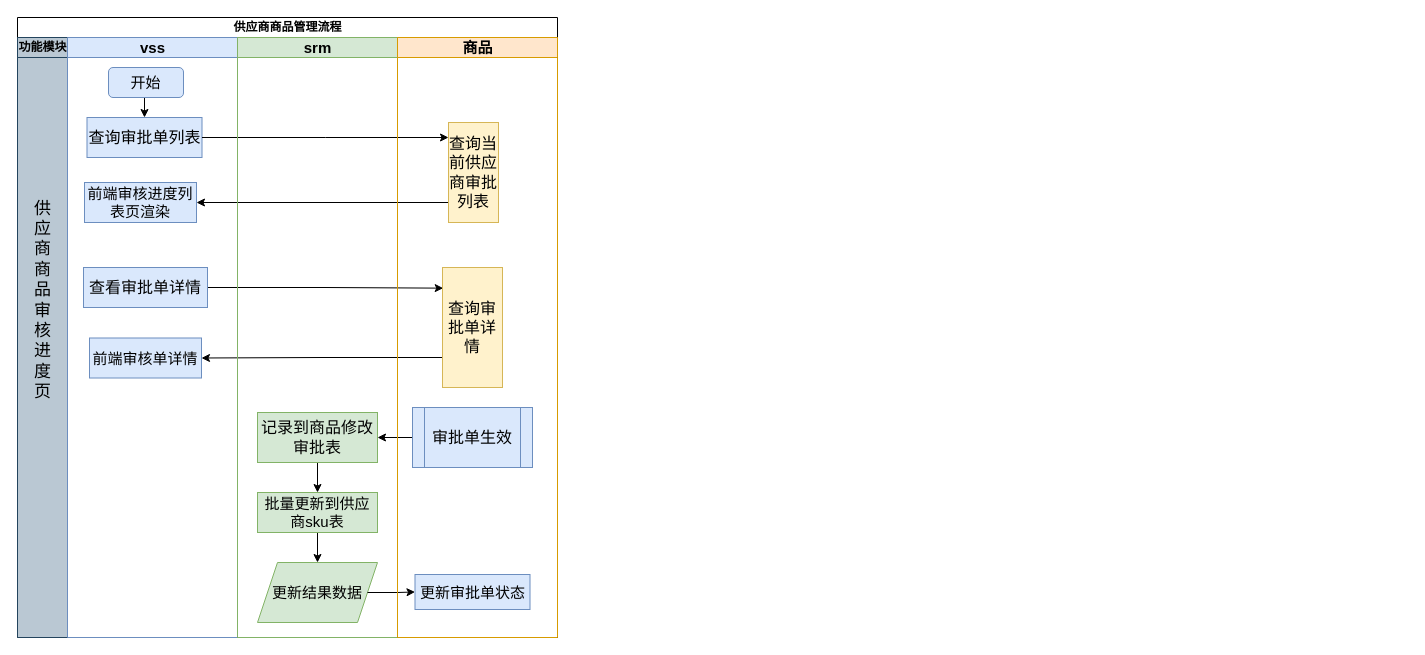
Above: page "第 4 页" (4 of 5) of 供应商商品管理.drawio in jiangtao2048/diagrams (draw.io), before the change. Source tidied: cells renumbered, new cells numbered last; positions are measured from the earlier drawing's top-left corner, leaving out a move shared by most shapes. Both pictures are drawn from the tidied source at 100%, with x=0, y=0 at pixel (-50, 17).
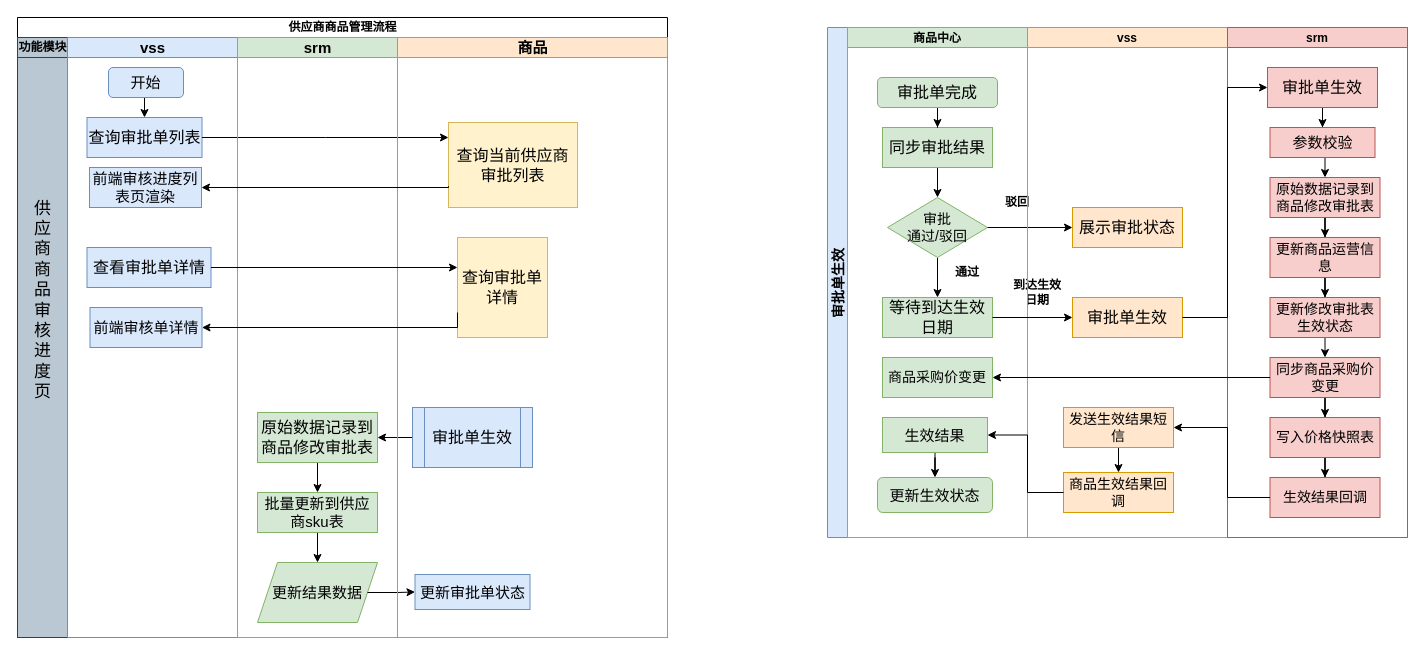
After the change.

Commit message:
更新供应商商品管理.drawio

The change refers to these unchanged cells:
```xml
<mxCell id="7" value="&lt;font style=&quot;font-size: 15px;&quot;&gt;vss&lt;/font&gt;" style="swimlane;startSize=20;html=1;fillColor=#dae8fc;strokeColor=#6c8ebf;" parent="2" vertex="1">
  <mxGeometry x="50" y="20" width="170" height="600" as="geometry" />
</mxCell>
<mxCell id="16" value="&lt;font style=&quot;font-size: 15px;&quot;&gt;srm&lt;/font&gt;" style="swimlane;startSize=20;html=1;fillColor=#d5e8d4;strokeColor=#82b366;" parent="2" vertex="1">
  <mxGeometry x="220" y="20" width="160" height="600" as="geometry" />
</mxCell>
```

The edit, as a diff of the source:
```diff
@@
     <mxCell id="2" value="供应商商品管理流程" style="swimlane;startSize=20;html=1;" parent="1" vertex="1">
-      <mxGeometry x="67" width="540" height="620" as="geometry" />
+      <mxGeometry x="67" width="650" height="620" as="geometry" />
     </mxCell>
@@
-    <mxCell id="5" style="edgeStyle=orthogonalEdgeStyle;rounded=0;jettySize=auto;html=1;exitX=1;exitY=0.5;exitDx=0;exitDy=0;entryX=0.012;entryY=0.172;entryDx=0;entryDy=0;entryPerimeter=0;" parent="2" edge="1" source="12" target="26">
-      <mxGeometry relative="1" as="geometry" />
-    </mxCell>
-    <mxCell id="6" style="edgeStyle=orthogonalEdgeStyle;rounded=0;jettySize=auto;html=1;exitX=0;exitY=0.75;exitDx=0;exitDy=0;" parent="2" edge="1" source="26" target="13">
-      <mxGeometry relative="1" as="geometry" />
-    </mxCell>
@@
     <mxCell id="11" value="&lt;font style=&quot;font-size: 15px;&quot;&gt;前端审核进度列表页渲染&lt;/font&gt;" style="rounded=0;whiteSpace=wrap;html=1;fillColor=#dae8fc;strokeColor=#6c8ebf;" parent="7" vertex="1">
-      <mxGeometry x="17" y="145" width="112" height="40" as="geometry" />
+      <mxGeometry x="22" y="130" width="112" height="40" as="geometry" />
     </mxCell>
     <mxCell id="12" value="&lt;font style=&quot;font-size: 16px;&quot;&gt;查看审批单详情&lt;/font&gt;" style="rounded=0;whiteSpace=wrap;html=1;fillColor=#dae8fc;strokeColor=#6c8ebf;" parent="7" vertex="1">
-      <mxGeometry x="16" y="230" width="124" height="40" as="geometry" />
+      <mxGeometry x="19.5" y="210" width="124" height="40" as="geometry" />
     </mxCell>
     <mxCell id="13" value="&lt;font style=&quot;font-size: 15px;&quot;&gt;前端审核单详情&lt;/font&gt;" style="rounded=0;whiteSpace=wrap;html=1;fillColor=#dae8fc;strokeColor=#6c8ebf;" parent="7" vertex="1">
-      <mxGeometry x="22" y="300.5" width="112" height="40" as="geometry" />
+      <mxGeometry x="22.5" y="270" width="112" height="40" as="geometry" />
     </mxCell>
@@
-    <mxCell id="15" style="edgeStyle=orthogonalEdgeStyle;rounded=0;jettySize=auto;html=1;exitX=0;exitY=0.75;exitDx=0;exitDy=0;entryX=1;entryY=0.5;entryDx=0;entryDy=0;" parent="2" edge="1" source="25" target="11">
-      <mxGeometry relative="1" as="geometry">
-        <Array as="points">
-          <mxPoint x="431" y="185" />
-        </Array>
-      </mxGeometry>
-    </mxCell>
@@
-    <mxCell id="18" value="&lt;font style=&quot;font-size: 16px;&quot;&gt;记录到商品修改审批表&lt;/font&gt;" style="rounded=0;whiteSpace=wrap;html=1;fillColor=#d5e8d4;strokeColor=#82b366;" parent="16" vertex="1">
+    <mxCell id="18" value="&lt;font style=&quot;font-size: 16px;&quot;&gt;原始数据记录到商品修改审批表&lt;/font&gt;" style="rounded=0;whiteSpace=wrap;html=1;fillColor=#d5e8d4;strokeColor=#82b366;" parent="16" vertex="1">
       <mxGeometry x="20" y="375" width="120" height="50" as="geometry" />
     </mxCell>
@@
     <mxCell id="24" value="&lt;font style=&quot;font-size: 15px;&quot;&gt;商品&lt;/font&gt;" style="swimlane;startSize=20;html=1;fillColor=#ffe6cc;strokeColor=#d79b00;" parent="2" vertex="1">
-      <mxGeometry x="380" y="20" width="160" height="600" as="geometry" />
+      <mxGeometry x="380" y="20" width="270" height="600" as="geometry" />
     </mxCell>
     <mxCell id="25" value="&lt;font style=&quot;font-size: 16px;&quot;&gt;查询当前供应商审批列表&lt;/font&gt;" style="rounded=0;whiteSpace=wrap;html=1;fillColor=#fff2cc;strokeColor=#d6b656;" parent="24" vertex="1">
-      <mxGeometry x="51" y="85" width="50" height="100" as="geometry" />
+      <mxGeometry x="51" y="85" width="129" height="85" as="geometry" />
     </mxCell>
     <mxCell id="26" value="&lt;font style=&quot;font-size: 16px;&quot;&gt;查询审批单详情&lt;/font&gt;" style="rounded=0;whiteSpace=wrap;html=1;fillColor=#fff2cc;strokeColor=#d6b656;" parent="24" vertex="1">
-      <mxGeometry x="45" y="230" width="60" height="120" as="geometry" />
+      <mxGeometry x="60" y="200" width="90" height="100" as="geometry" />
     </mxCell>
@@
+    <mxCell id="15" style="edgeStyle=orthogonalEdgeStyle;rounded=0;jettySize=auto;html=1;exitX=0;exitY=0.75;exitDx=0;exitDy=0;entryX=1;entryY=0.5;entryDx=0;entryDy=0;" parent="2" edge="1" source="25" target="11">
+      <mxGeometry relative="1" as="geometry">
+        <Array as="points">
+          <mxPoint x="431" y="170" />
+        </Array>
+      </mxGeometry>
+    </mxCell>
+    <mxCell id="29" style="edgeStyle=orthogonalEdgeStyle;rounded=0;jettySize=auto;html=1;exitX=1;exitY=0.5;exitDx=0;exitDy=0;" parent="2" edge="1" source="12">
+      <mxGeometry relative="1" as="geometry">
+        <mxPoint x="440" y="250" as="targetPoint" />
+        <Array as="points">
+          <mxPoint x="440" y="250" />
+        </Array>
+      </mxGeometry>
+    </mxCell>
+    <mxCell id="6" style="edgeStyle=orthogonalEdgeStyle;rounded=0;jettySize=auto;html=1;exitX=0;exitY=0.75;exitDx=0;exitDy=0;" parent="2" edge="1" source="26" target="13">
+      <mxGeometry relative="1" as="geometry">
+        <Array as="points">
+          <mxPoint x="440" y="310" />
+        </Array>
+      </mxGeometry>
+    </mxCell>
+    <mxCell id="30" value="审批单生效" style="swimlane;startSize=20;horizontal=0;fontSize=14;fillColor=#dae8fc;strokeColor=#6c8ebf;" parent="1" vertex="1">
+      <mxGeometry x="877" y="10" width="580" height="510" as="geometry" />
+    </mxCell>
+    <mxCell id="31" value="商品中心" style="swimlane;startSize=20;fillColor=#d5e8d4;strokeColor=#82b366;" parent="30" vertex="1">
+      <mxGeometry x="20" width="180" height="510" as="geometry" />
+    </mxCell>
+    <mxCell id="32" style="edgeStyle=orthogonalEdgeStyle;rounded=0;jettySize=auto;html=1;exitX=0.5;exitY=1;exitDx=0;exitDy=0;entryX=0.5;entryY=0;entryDx=0;entryDy=0;" parent="31" edge="1" source="33" target="37">
+      <mxGeometry relative="1" as="geometry" />
+    </mxCell>
+    <mxCell id="33" value="&lt;font style=&quot;font-size: 16px;&quot;&gt;同步审批结果&lt;/font&gt;" style="rounded=0;whiteSpace=wrap;html=1;fillColor=#d5e8d4;strokeColor=#82b366;" parent="31" vertex="1">
+      <mxGeometry x="35" y="100" width="110" height="40" as="geometry" />
+    </mxCell>
+    <mxCell id="34" style="edgeStyle=orthogonalEdgeStyle;rounded=0;jettySize=auto;html=1;exitX=0.5;exitY=1;exitDx=0;exitDy=0;" parent="31" edge="1" source="35" target="33">
+      <mxGeometry relative="1" as="geometry" />
+    </mxCell>
+    <mxCell id="35" value="&lt;font style=&quot;font-size: 16px;&quot;&gt;审批单完成&lt;/font&gt;" style="rounded=1;whiteSpace=wrap;html=1;fillColor=#d5e8d4;strokeColor=#82b366;" parent="31" vertex="1">
+      <mxGeometry x="30" y="50" width="120" height="30" as="geometry" />
+    </mxCell>
+    <mxCell id="36" style="edgeStyle=orthogonalEdgeStyle;rounded=0;jettySize=auto;html=1;exitX=0.5;exitY=1;exitDx=0;exitDy=0;" parent="31" edge="1" source="37" target="39">
+      <mxGeometry relative="1" as="geometry" />
+    </mxCell>
+    <mxCell id="37" value="&lt;font style=&quot;font-size: 14px;&quot;&gt;审批&lt;br&gt;通过/驳回&lt;/font&gt;" style="rhombus;whiteSpace=wrap;html=1;fillColor=#d5e8d4;strokeColor=#82b366;" parent="31" vertex="1">
+      <mxGeometry x="40" y="170" width="100" height="60" as="geometry" />
+    </mxCell>
+    <mxCell id="38" value="&lt;b&gt;驳回&lt;/b&gt;" style="text;html=1;strokeColor=none;fillColor=none;align=center;verticalAlign=middle;whiteSpace=wrap;rounded=0;" parent="31" vertex="1">
+      <mxGeometry x="140" y="160" width="60" height="30" as="geometry" />
+    </mxCell>
+    <mxCell id="39" value="&lt;span style=&quot;font-size: 16px;&quot;&gt;等待到达生效日期&lt;/span&gt;" style="rounded=0;whiteSpace=wrap;html=1;fillColor=#d5e8d4;strokeColor=#82b366;" parent="31" vertex="1">
+      <mxGeometry x="35" y="270" width="110" height="40" as="geometry" />
+    </mxCell>
+    <mxCell id="40" value="&lt;b&gt;到达生效日期&lt;/b&gt;" style="text;html=1;strokeColor=none;fillColor=none;align=center;verticalAlign=middle;whiteSpace=wrap;rounded=0;" parent="31" vertex="1">
+      <mxGeometry x="160" y="250" width="60" height="30" as="geometry" />
+    </mxCell>
+    <mxCell id="41" value="&lt;span style=&quot;font-size: 14px;&quot;&gt;商品采购价变更&lt;/span&gt;" style="rounded=0;whiteSpace=wrap;html=1;fillColor=#d5e8d4;strokeColor=#82b366;" parent="31" vertex="1">
+      <mxGeometry x="35" y="330" width="110" height="40" as="geometry" />
+    </mxCell>
+    <mxCell id="42" value="&lt;font style=&quot;font-size: 15px;&quot;&gt;更新生效状态&lt;/font&gt;" style="rounded=1;whiteSpace=wrap;html=1;fillColor=#d5e8d4;strokeColor=#82b366;" parent="31" vertex="1">
+      <mxGeometry x="30" y="450" width="115" height="35" as="geometry" />
+    </mxCell>
+    <mxCell id="43" style="edgeStyle=orthogonalEdgeStyle;rounded=0;jettySize=auto;html=1;exitX=0.5;exitY=1;exitDx=0;exitDy=0;" parent="31" edge="1" source="44" target="42">
+      <mxGeometry relative="1" as="geometry" />
+    </mxCell>
+    <mxCell id="44" value="&lt;font style=&quot;font-size: 15px;&quot;&gt;生效结果&lt;/font&gt;" style="rounded=0;whiteSpace=wrap;html=1;fillColor=#d5e8d4;strokeColor=#82b366;" parent="31" vertex="1">
+      <mxGeometry x="35" y="390" width="105" height="35" as="geometry" />
+    </mxCell>
+    <mxCell id="45" value="&lt;b&gt;通过&lt;/b&gt;" style="text;html=1;strokeColor=none;fillColor=none;align=center;verticalAlign=middle;whiteSpace=wrap;rounded=0;" parent="31" vertex="1">
+      <mxGeometry x="90" y="230" width="60" height="30" as="geometry" />
+    </mxCell>
+    <mxCell id="46" style="edgeStyle=orthogonalEdgeStyle;rounded=0;jettySize=auto;html=1;exitX=1;exitY=0.5;exitDx=0;exitDy=0;entryX=0;entryY=0.5;entryDx=0;entryDy=0;" parent="30" edge="1" source="37" target="48">
+      <mxGeometry relative="1" as="geometry" />
+    </mxCell>
+    <mxCell id="47" value="vss" style="swimlane;startSize=20;fillColor=#ffe6cc;strokeColor=#d79b00;" parent="30" vertex="1">
+      <mxGeometry x="200" width="200" height="510" as="geometry" />
+    </mxCell>
+    <mxCell id="48" value="&lt;font style=&quot;font-size: 16px;&quot;&gt;展示审批状态&lt;/font&gt;" style="rounded=0;whiteSpace=wrap;html=1;fillColor=#ffe6cc;strokeColor=#d79b00;" parent="47" vertex="1">
+      <mxGeometry x="45" y="180" width="110" height="40" as="geometry" />
+    </mxCell>
+    <mxCell id="49" value="&lt;font style=&quot;font-size: 16px;&quot;&gt;审批单生效&lt;/font&gt;" style="rounded=0;whiteSpace=wrap;html=1;fillColor=#ffe6cc;strokeColor=#d79b00;" parent="47" vertex="1">
+      <mxGeometry x="45" y="270" width="110" height="40" as="geometry" />
+    </mxCell>
+    <mxCell id="50" value="&lt;span style=&quot;font-size: 14px;&quot;&gt;商品生效结果回调&lt;/span&gt;" style="rounded=0;whiteSpace=wrap;html=1;fillColor=#ffe6cc;strokeColor=#d79b00;" parent="47" vertex="1">
+      <mxGeometry x="36" y="445" width="110" height="40" as="geometry" />
+    </mxCell>
+    <mxCell id="51" style="edgeStyle=orthogonalEdgeStyle;rounded=0;jettySize=auto;html=1;exitX=0.5;exitY=1;exitDx=0;exitDy=0;entryX=0.5;entryY=0;entryDx=0;entryDy=0;" parent="47" edge="1" source="52" target="50">
+      <mxGeometry relative="1" as="geometry" />
+    </mxCell>
+    <mxCell id="52" value="&lt;span style=&quot;font-size: 14px;&quot;&gt;发送生效结果短信&lt;/span&gt;" style="rounded=0;whiteSpace=wrap;html=1;fillColor=#ffe6cc;strokeColor=#d79b00;" parent="47" vertex="1">
+      <mxGeometry x="36" y="380" width="110" height="40" as="geometry" />
+    </mxCell>
+    <mxCell id="53" value="srm" style="swimlane;startSize=20;fillColor=#f8cecc;strokeColor=#b85450;" parent="30" vertex="1">
+      <mxGeometry x="400" width="180" height="510" as="geometry" />
+    </mxCell>
+    <mxCell id="54" style="edgeStyle=orthogonalEdgeStyle;rounded=0;jettySize=auto;html=1;exitX=0.5;exitY=1;exitDx=0;exitDy=0;" parent="53" edge="1" source="55" target="57">
+      <mxGeometry relative="1" as="geometry" />
+    </mxCell>
+    <mxCell id="55" value="&lt;font style=&quot;font-size: 16px;&quot;&gt;审批单生效&lt;/font&gt;" style="rounded=0;whiteSpace=wrap;html=1;fillColor=#f8cecc;strokeColor=#b85450;" parent="53" vertex="1">
+      <mxGeometry x="40" y="40" width="110" height="40" as="geometry" />
+    </mxCell>
+    <mxCell id="56" style="edgeStyle=orthogonalEdgeStyle;rounded=0;jettySize=auto;html=1;exitX=0.5;exitY=1;exitDx=0;exitDy=0;entryX=0.5;entryY=0;entryDx=0;entryDy=0;" parent="53" edge="1" source="57" target="59">
+      <mxGeometry relative="1" as="geometry" />
+    </mxCell>
+    <mxCell id="57" value="&lt;font style=&quot;font-size: 15px;&quot;&gt;参数校验&lt;/font&gt;" style="rounded=0;whiteSpace=wrap;html=1;fillColor=#f8cecc;strokeColor=#b85450;" parent="53" vertex="1">
+      <mxGeometry x="42.5" y="100" width="105" height="30" as="geometry" />
+    </mxCell>
+    <mxCell id="58" style="edgeStyle=orthogonalEdgeStyle;rounded=0;jettySize=auto;html=1;exitX=0.5;exitY=1;exitDx=0;exitDy=0;" parent="53" edge="1" source="59" target="61">
+      <mxGeometry relative="1" as="geometry" />
+    </mxCell>
+    <mxCell id="59" value="&lt;font style=&quot;font-size: 14px;&quot;&gt;原始数据记录到商品修改审批表&lt;/font&gt;" style="rounded=0;whiteSpace=wrap;html=1;fillColor=#f8cecc;strokeColor=#b85450;" parent="53" vertex="1">
+      <mxGeometry x="42.5" y="150" width="110" height="40" as="geometry" />
+    </mxCell>
+    <mxCell id="60" style="edgeStyle=orthogonalEdgeStyle;rounded=0;jettySize=auto;html=1;exitX=0.5;exitY=1;exitDx=0;exitDy=0;" parent="53" edge="1" source="61" target="63">
+      <mxGeometry relative="1" as="geometry" />
+    </mxCell>
+    <mxCell id="61" value="&lt;font style=&quot;font-size: 14px;&quot;&gt;更新商品运营信息&lt;/font&gt;" style="rounded=0;whiteSpace=wrap;html=1;fillColor=#f8cecc;strokeColor=#b85450;" parent="53" vertex="1">
+      <mxGeometry x="42.5" y="210" width="110" height="40" as="geometry" />
+    </mxCell>
+    <mxCell id="62" style="edgeStyle=orthogonalEdgeStyle;rounded=0;jettySize=auto;html=1;exitX=0.5;exitY=1;exitDx=0;exitDy=0;entryX=0.5;entryY=0;entryDx=0;entryDy=0;" parent="53" edge="1" source="63" target="65">
+      <mxGeometry relative="1" as="geometry" />
+    </mxCell>
+    <mxCell id="63" value="&lt;span style=&quot;font-size: 14px;&quot;&gt;更新修改审批表生效状态&lt;/span&gt;" style="rounded=0;whiteSpace=wrap;html=1;fillColor=#f8cecc;strokeColor=#b85450;" parent="53" vertex="1">
+      <mxGeometry x="42.5" y="270" width="110" height="40" as="geometry" />
+    </mxCell>
+    <mxCell id="64" style="edgeStyle=orthogonalEdgeStyle;rounded=0;jettySize=auto;html=1;exitX=0.5;exitY=1;exitDx=0;exitDy=0;" parent="53" edge="1" source="65" target="67">
+      <mxGeometry relative="1" as="geometry" />
+    </mxCell>
+    <mxCell id="65" value="&lt;span style=&quot;font-size: 14px;&quot;&gt;同步商品采购价变更&lt;/span&gt;" style="rounded=0;whiteSpace=wrap;html=1;fillColor=#f8cecc;strokeColor=#b85450;" parent="53" vertex="1">
+      <mxGeometry x="42.5" y="330" width="110" height="40" as="geometry" />
+    </mxCell>
+    <mxCell id="66" style="edgeStyle=orthogonalEdgeStyle;rounded=0;jettySize=auto;html=1;exitX=0.5;exitY=1;exitDx=0;exitDy=0;" parent="53" edge="1" source="67" target="68">
+      <mxGeometry relative="1" as="geometry" />
+    </mxCell>
+    <mxCell id="67" value="&lt;span style=&quot;font-size: 14px;&quot;&gt;写入价格快照表&lt;/span&gt;" style="rounded=0;whiteSpace=wrap;html=1;fillColor=#f8cecc;strokeColor=#b85450;" parent="53" vertex="1">
+      <mxGeometry x="42.5" y="390" width="110" height="40" as="geometry" />
+    </mxCell>
+    <mxCell id="68" value="&lt;span style=&quot;font-size: 14px;&quot;&gt;生效结果回调&lt;/span&gt;" style="rounded=0;whiteSpace=wrap;html=1;fillColor=#f8cecc;strokeColor=#b85450;" parent="53" vertex="1">
+      <mxGeometry x="42.5" y="450" width="110" height="40" as="geometry" />
+    </mxCell>
+    <mxCell id="69" style="edgeStyle=orthogonalEdgeStyle;rounded=0;jettySize=auto;html=1;entryX=0;entryY=0.5;entryDx=0;entryDy=0;" parent="30" edge="1" source="39" target="49">
+      <mxGeometry relative="1" as="geometry" />
+    </mxCell>
+    <mxCell id="70" style="edgeStyle=orthogonalEdgeStyle;rounded=0;jettySize=auto;html=1;exitX=1;exitY=0.5;exitDx=0;exitDy=0;entryX=0;entryY=0.5;entryDx=0;entryDy=0;" parent="30" edge="1" source="49" target="55">
+      <mxGeometry relative="1" as="geometry">
+        <Array as="points">
+          <mxPoint x="400" y="290" />
+          <mxPoint x="400" y="60" />
+        </Array>
+      </mxGeometry>
+    </mxCell>
+    <mxCell id="71" style="edgeStyle=orthogonalEdgeStyle;rounded=0;jettySize=auto;html=1;exitX=0;exitY=0.5;exitDx=0;exitDy=0;" parent="30" edge="1" source="65" target="41">
+      <mxGeometry relative="1" as="geometry" />
+    </mxCell>
+    <mxCell id="72" style="edgeStyle=orthogonalEdgeStyle;rounded=0;jettySize=auto;html=1;exitX=0;exitY=0.5;exitDx=0;exitDy=0;entryX=1;entryY=0.5;entryDx=0;entryDy=0;" parent="30" edge="1" source="68" target="52">
+      <mxGeometry relative="1" as="geometry">
+        <Array as="points">
+          <mxPoint x="400" y="470" />
+          <mxPoint x="400" y="400" />
+        </Array>
+      </mxGeometry>
+    </mxCell>
+    <mxCell id="73" style="edgeStyle=orthogonalEdgeStyle;rounded=0;jettySize=auto;html=1;exitX=0;exitY=0.5;exitDx=0;exitDy=0;entryX=1;entryY=0.5;entryDx=0;entryDy=0;" parent="30" edge="1" source="50" target="44">
+      <mxGeometry relative="1" as="geometry">
+        <Array as="points">
+          <mxPoint x="200" y="465" />
+          <mxPoint x="200" y="408" />
+        </Array>
+      </mxGeometry>
+    </mxCell>
```
